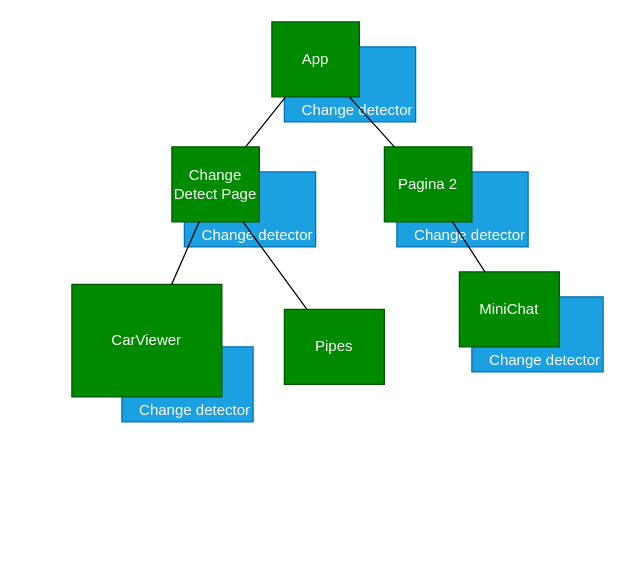
This is page "Branch prediction" (2 of 2) of tekeningetjes.drawio from dinilimento/angular-befrank-2021, a draw.io file, before an edit. Source tidied: cells renumbered, new cells numbered last; positions are measured from the earlier drawing's top-left corner, leaving out a move shared by most shapes. Both pictures are drawn from the tidied source at 125%, with x=0, y=0 at pixel (71, 21).
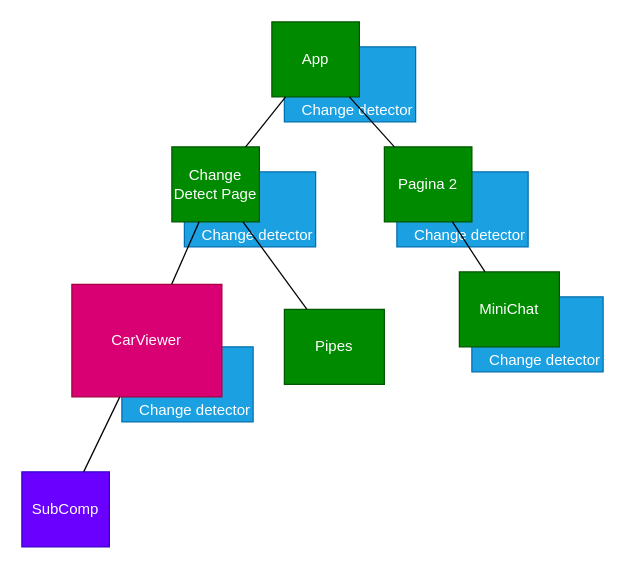
The same page after the edit.

What changed in the source:
```diff
@@
 <mxGraphModel>
   <root>
     <mxCell id="0" />
     <mxCell id="1" parent="0" />
     <mxCell id="2" value="Change detector" style="rounded=0;whiteSpace=wrap;html=1;verticalAlign=bottom;align=right;fillColor=#1ba1e2;strokeColor=#006EAF;fontColor=#ffffff;" parent="1" vertex="1">
       <mxGeometry x="40" y="260" width="105" height="60" as="geometry" />
     </mxCell>
     <mxCell id="3" value="Change detector" style="rounded=0;whiteSpace=wrap;html=1;verticalAlign=bottom;align=right;fillColor=#1ba1e2;strokeColor=#006EAF;fontColor=#ffffff;" parent="1" vertex="1">
       <mxGeometry x="90" y="120" width="105" height="60" as="geometry" />
     </mxCell>
     <mxCell id="4" value="Change detector" style="rounded=0;whiteSpace=wrap;html=1;verticalAlign=bottom;align=right;fillColor=#1ba1e2;strokeColor=#006EAF;fontColor=#ffffff;" parent="1" vertex="1">
       <mxGeometry x="170" y="20" width="105" height="60" as="geometry" />
     </mxCell>
     <mxCell id="5" value="Change detector" style="rounded=0;whiteSpace=wrap;html=1;verticalAlign=bottom;align=right;fillColor=#1ba1e2;strokeColor=#006EAF;fontColor=#ffffff;" parent="1" vertex="1">
       <mxGeometry x="260" y="120" width="105" height="60" as="geometry" />
     </mxCell>
     <mxCell id="6" value="Change detector" style="rounded=0;whiteSpace=wrap;html=1;verticalAlign=bottom;align=right;fillColor=#1ba1e2;strokeColor=#006EAF;fontColor=#ffffff;" parent="1" vertex="1">
       <mxGeometry x="320" y="220" width="105" height="60" as="geometry" />
     </mxCell>
     <mxCell id="7" value="App" style="rounded=0;whiteSpace=wrap;html=1;fillColor=#008a00;strokeColor=#005700;fontColor=#ffffff;" parent="1" vertex="1">
       <mxGeometry x="160" width="70" height="60" as="geometry" />
     </mxCell>
     <mxCell id="8" value="Pagina 2" style="rounded=0;whiteSpace=wrap;html=1;fillColor=#008a00;strokeColor=#005700;fontColor=#ffffff;" parent="1" vertex="1">
       <mxGeometry x="250" y="100" width="70" height="60" as="geometry" />
     </mxCell>
     <mxCell id="9" value="Change Detect Page" style="rounded=0;whiteSpace=wrap;html=1;fillColor=#008a00;strokeColor=#005700;fontColor=#ffffff;" parent="1" vertex="1">
       <mxGeometry x="80" y="100" width="70" height="60" as="geometry" />
     </mxCell>
-    <mxCell id="10" value="CarViewer" style="rounded=0;whiteSpace=wrap;html=1;fillColor=#008a00;strokeColor=#005700;fontColor=#ffffff;" parent="1" vertex="1">
+    <mxCell id="10" value="CarViewer" style="rounded=0;whiteSpace=wrap;html=1;fillColor=#d80073;strokeColor=#A50040;fontColor=#ffffff;" parent="1" vertex="1">
       <mxGeometry y="210" width="120" height="90" as="geometry" />
     </mxCell>
     <mxCell id="11" value="MiniChat" style="rounded=0;whiteSpace=wrap;html=1;fillColor=#008a00;strokeColor=#005700;fontColor=#ffffff;" parent="1" vertex="1">
       <mxGeometry x="310" y="200" width="80" height="60" as="geometry" />
     </mxCell>
     <mxCell id="12" style="endArrow=none;html=1;" parent="1" edge="1" source="10" target="9">
       <mxGeometry relative="1" as="geometry" />
     </mxCell>
     <mxCell id="13" style="endArrow=none;html=1;" parent="1" edge="1" source="9" target="7">
       <mxGeometry relative="1" as="geometry" />
     </mxCell>
     <mxCell id="14" style="endArrow=none;html=1;" parent="1" edge="1" source="8" target="7">
       <mxGeometry relative="1" as="geometry" />
     </mxCell>
     <mxCell id="15" style="endArrow=none;html=1;" parent="1" edge="1" source="11" target="8">
       <mxGeometry relative="1" as="geometry" />
     </mxCell>
     <mxCell id="16" value="Pipes" style="rounded=0;whiteSpace=wrap;html=1;fillColor=#008a00;strokeColor=#005700;fontColor=#ffffff;" parent="1" vertex="1">
       <mxGeometry x="170" y="230" width="80" height="60" as="geometry" />
     </mxCell>
     <mxCell id="17" style="endArrow=none;html=1;" parent="1" edge="1" source="16" target="9">
       <mxGeometry relative="1" as="geometry" />
     </mxCell>
+    <mxCell id="18" value="SubComp" style="rounded=0;whiteSpace=wrap;html=1;fillColor=#6a00ff;strokeColor=#3700CC;fontColor=#ffffff;" parent="1" vertex="1">
+      <mxGeometry x="-40" y="360" width="70" height="60" as="geometry" />
+    </mxCell>
+    <mxCell id="19" style="endArrow=none;html=1;" parent="1" edge="1" source="18" target="10">
+      <mxGeometry relative="1" as="geometry" />
+    </mxCell>
   </root>
 </mxGraphModel>
```
